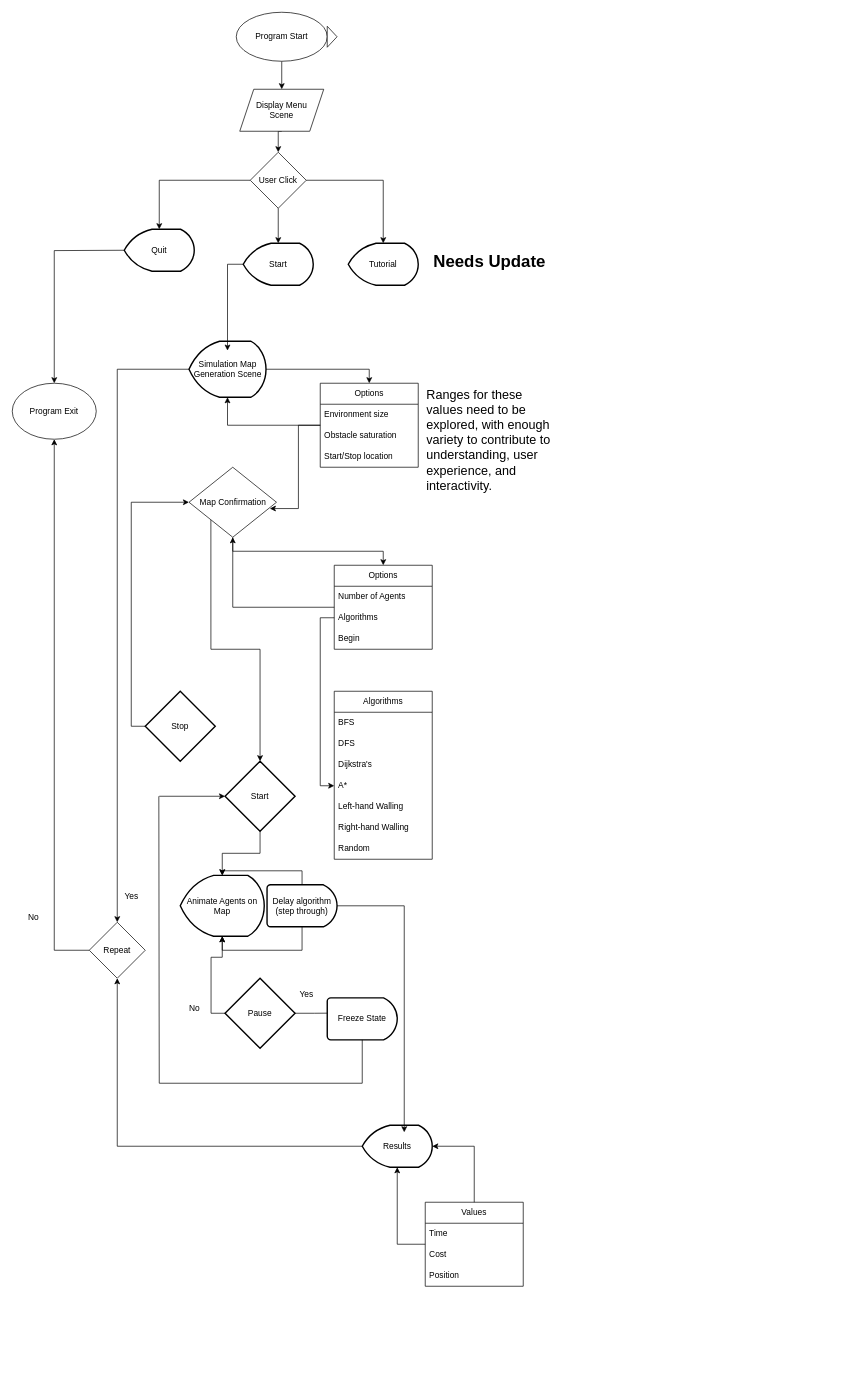
MarkHCrawford/Pathfinding-Project keeps this draw.io diagram as PathfindingFlowchart.drawio.xml. Above is the earlier version. Source tidied: cells renumbered, new cells numbered last; positions are measured from the earlier drawing's top-left corner, leaving out a move shared by most shapes. Both pictures are drawn from the tidied source at 70%, with x=0, y=0 at pixel (12, 12).
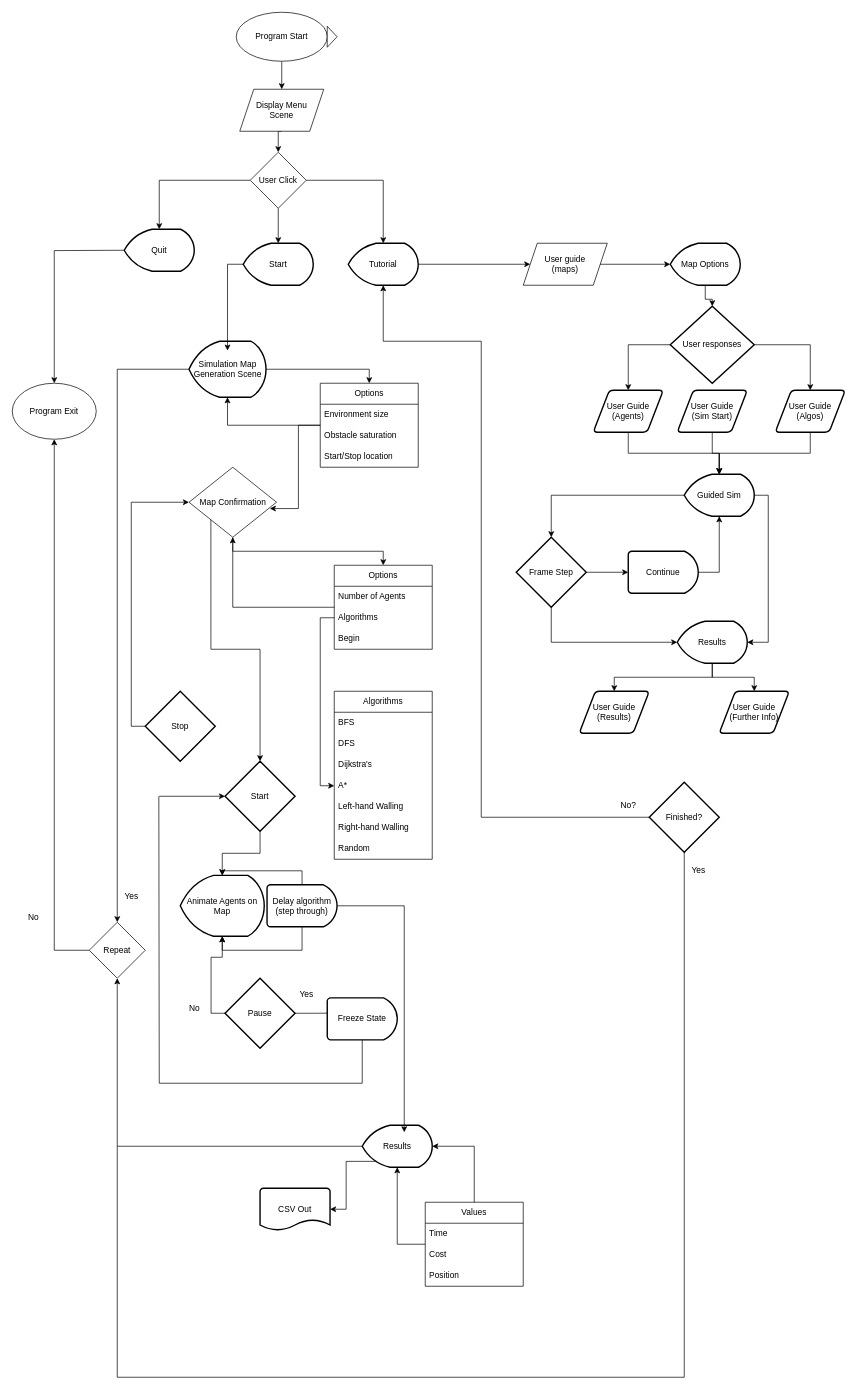
The same page after the edit.

The change refers to these unchanged cells:
```xml
<mxCell id="15" value="Tutorial" style="strokeWidth=2;html=1;shape=mxgraph.flowchart.display;whiteSpace=wrap;" parent="1" vertex="1">
  <mxGeometry x="480" y="330" width="100" height="60" as="geometry" />
</mxCell>
<mxCell id="67" value="Results" style="strokeWidth=2;html=1;shape=mxgraph.flowchart.display;whiteSpace=wrap;" parent="1" vertex="1">
  <mxGeometry x="500" y="1590" width="100" height="60" as="geometry" />
</mxCell>
```

What changed in the source:
```diff
@@
+    <mxCell id="76" style="edgeStyle=orthogonalEdgeStyle;rounded=0;jettySize=auto;html=1;exitX=1;exitY=0.5;exitDx=0;exitDy=0;exitPerimeter=0;entryX=0;entryY=0.5;entryDx=0;entryDy=0;" parent="1" edge="1" source="15" target="77">
+      <mxGeometry relative="1" as="geometry" />
+    </mxCell>
@@
-    <mxCell id="51" value="&lt;font style=&quot;font-size: 18px;&quot;&gt;Ranges for these values need to be explored, with enough variety to contribute to understanding, user experience, and interactivity.&lt;/font&gt;" style="text;html=1;whiteSpace=wrap;overflow=hidden;rounded=0;" parent="1" vertex="1">
-      <mxGeometry x="590" y="530" width="190" height="180" as="geometry" />
-    </mxCell>
@@
-    <mxCell id="74" value="&lt;h1 style=&quot;margin-top: 0px;&quot;&gt;Needs Update&lt;/h1&gt;&lt;p&gt;&lt;br&gt;&lt;/p&gt;" style="text;html=1;whiteSpace=wrap;overflow=hidden;rounded=0;" parent="1" vertex="1">
-      <mxGeometry x="600" y="335" width="180" height="50" as="geometry" />
-    </mxCell>
@@
+    <mxCell id="77" value="&lt;div&gt;User guide&lt;/div&gt;&lt;div&gt;(maps)&lt;br&gt;&lt;/div&gt;" style="shape=parallelogram;perimeter=parallelogramPerimeter;whiteSpace=wrap;html=1;fixedSize=1;" parent="1" vertex="1">
+      <mxGeometry x="730" y="330" width="120" height="60" as="geometry" />
+    </mxCell>
+    <mxCell id="78" style="edgeStyle=orthogonalEdgeStyle;rounded=0;jettySize=auto;html=1;exitX=0.5;exitY=1;exitDx=0;exitDy=0;exitPerimeter=0;" parent="1" edge="1" source="79" target="83">
+      <mxGeometry relative="1" as="geometry" />
+    </mxCell>
+    <mxCell id="79" value="Map Options" style="strokeWidth=2;html=1;shape=mxgraph.flowchart.display;whiteSpace=wrap;" parent="1" vertex="1">
+      <mxGeometry x="940" y="330" width="100" height="60" as="geometry" />
+    </mxCell>
+    <mxCell id="80" style="edgeStyle=orthogonalEdgeStyle;rounded=0;jettySize=auto;html=1;exitX=1;exitY=0.5;exitDx=0;exitDy=0;entryX=0;entryY=0.5;entryDx=0;entryDy=0;entryPerimeter=0;" parent="1" edge="1" source="77" target="79">
+      <mxGeometry relative="1" as="geometry" />
+    </mxCell>
+    <mxCell id="81" style="edgeStyle=orthogonalEdgeStyle;rounded=0;jettySize=auto;html=1;exitX=1;exitY=0.5;exitDx=0;exitDy=0;exitPerimeter=0;entryX=0.5;entryY=0;entryDx=0;entryDy=0;" parent="1" edge="1" source="83" target="87">
+      <mxGeometry relative="1" as="geometry" />
+    </mxCell>
+    <mxCell id="82" style="edgeStyle=orthogonalEdgeStyle;rounded=0;jettySize=auto;html=1;exitX=0;exitY=0.5;exitDx=0;exitDy=0;exitPerimeter=0;entryX=0.5;entryY=0;entryDx=0;entryDy=0;" parent="1" edge="1" source="83" target="85">
+      <mxGeometry relative="1" as="geometry" />
+    </mxCell>
+    <mxCell id="83" value="User responses" style="strokeWidth=2;html=1;shape=mxgraph.flowchart.decision;whiteSpace=wrap;" parent="1" vertex="1">
+      <mxGeometry x="940" y="420" width="120" height="110" as="geometry" />
+    </mxCell>
+    <mxCell id="84" style="edgeStyle=orthogonalEdgeStyle;rounded=0;jettySize=auto;html=1;exitX=0.5;exitY=1;exitDx=0;exitDy=0;" parent="1" edge="1" source="85" target="93">
+      <mxGeometry relative="1" as="geometry" />
+    </mxCell>
+    <mxCell id="85" value="&lt;div&gt;User Guide&lt;/div&gt;&lt;div&gt;(Agents)&lt;br&gt;&lt;/div&gt;" style="shape=parallelogram;html=1;strokeWidth=2;perimeter=parallelogramPerimeter;whiteSpace=wrap;rounded=1;arcSize=12;size=0.23;" parent="1" vertex="1">
+      <mxGeometry x="830" y="540" width="100" height="60" as="geometry" />
+    </mxCell>
+    <mxCell id="86" style="edgeStyle=orthogonalEdgeStyle;rounded=0;jettySize=auto;html=1;exitX=0.5;exitY=1;exitDx=0;exitDy=0;" parent="1" edge="1" source="87" target="93">
+      <mxGeometry relative="1" as="geometry" />
+    </mxCell>
+    <mxCell id="87" value="&lt;div&gt;User Guide&lt;/div&gt;&lt;div&gt;(Algos)&lt;br&gt;&lt;/div&gt;" style="shape=parallelogram;html=1;strokeWidth=2;perimeter=parallelogramPerimeter;whiteSpace=wrap;rounded=1;arcSize=12;size=0.23;" parent="1" vertex="1">
+      <mxGeometry x="1090" y="540" width="100" height="60" as="geometry" />
+    </mxCell>
+    <mxCell id="88" style="edgeStyle=orthogonalEdgeStyle;rounded=0;jettySize=auto;html=1;exitX=0.5;exitY=1;exitDx=0;exitDy=0;" parent="1" edge="1" source="89" target="93">
+      <mxGeometry relative="1" as="geometry" />
+    </mxCell>
+    <mxCell id="89" value="&lt;div&gt;User Guide&lt;/div&gt;&lt;div&gt;(Sim Start)&lt;br&gt;&lt;/div&gt;" style="shape=parallelogram;html=1;strokeWidth=2;perimeter=parallelogramPerimeter;whiteSpace=wrap;rounded=1;arcSize=12;size=0.23;" parent="1" vertex="1">
+      <mxGeometry x="950" y="540" width="100" height="60" as="geometry" />
+    </mxCell>
+    <mxCell id="90" value="CSV Out" style="strokeWidth=2;html=1;shape=mxgraph.flowchart.document2;whiteSpace=wrap;size=0.25;" parent="1" vertex="1">
+      <mxGeometry x="354" y="1680" width="100" height="60" as="geometry" />
+    </mxCell>
+    <mxCell id="91" style="edgeStyle=orthogonalEdgeStyle;rounded=0;jettySize=auto;html=1;exitX=0.2;exitY=0.86;exitDx=0;exitDy=0;exitPerimeter=0;entryX=1;entryY=0.5;entryDx=0;entryDy=0;entryPerimeter=0;" parent="1" edge="1" source="67" target="90">
+      <mxGeometry relative="1" as="geometry" />
+    </mxCell>
+    <mxCell id="92" style="edgeStyle=orthogonalEdgeStyle;rounded=0;jettySize=auto;html=1;exitX=0;exitY=0.5;exitDx=0;exitDy=0;exitPerimeter=0;" parent="1" edge="1" source="93" target="94">
+      <mxGeometry relative="1" as="geometry" />
+    </mxCell>
+    <mxCell id="93" value="Guided Sim" style="strokeWidth=2;html=1;shape=mxgraph.flowchart.display;whiteSpace=wrap;" parent="1" vertex="1">
+      <mxGeometry x="960" y="660" width="100" height="60" as="geometry" />
+    </mxCell>
+    <mxCell id="94" value="Frame Step" style="strokeWidth=2;html=1;shape=mxgraph.flowchart.decision;whiteSpace=wrap;" parent="1" vertex="1">
+      <mxGeometry x="720" y="750" width="100" height="100" as="geometry" />
+    </mxCell>
+    <mxCell id="95" value="Continue" style="strokeWidth=2;html=1;shape=mxgraph.flowchart.delay;whiteSpace=wrap;" parent="1" vertex="1">
+      <mxGeometry x="880" y="770" width="100" height="60" as="geometry" />
+    </mxCell>
+    <mxCell id="96" style="edgeStyle=orthogonalEdgeStyle;rounded=0;jettySize=auto;html=1;exitX=1;exitY=0.5;exitDx=0;exitDy=0;exitPerimeter=0;entryX=0;entryY=0.5;entryDx=0;entryDy=0;entryPerimeter=0;" parent="1" edge="1" source="94" target="95">
+      <mxGeometry relative="1" as="geometry" />
+    </mxCell>
+    <mxCell id="97" style="edgeStyle=orthogonalEdgeStyle;rounded=0;jettySize=auto;html=1;exitX=1;exitY=0.5;exitDx=0;exitDy=0;exitPerimeter=0;entryX=0.5;entryY=1;entryDx=0;entryDy=0;entryPerimeter=0;" parent="1" edge="1" source="95" target="93">
+      <mxGeometry relative="1" as="geometry" />
+    </mxCell>
+    <mxCell id="98" style="edgeStyle=orthogonalEdgeStyle;rounded=0;jettySize=auto;html=1;exitX=0.5;exitY=1;exitDx=0;exitDy=0;exitPerimeter=0;" parent="1" edge="1" source="100" target="103">
+      <mxGeometry relative="1" as="geometry" />
+    </mxCell>
+    <mxCell id="99" style="edgeStyle=orthogonalEdgeStyle;rounded=0;jettySize=auto;html=1;exitX=0.5;exitY=1;exitDx=0;exitDy=0;exitPerimeter=0;" parent="1" edge="1" source="100" target="104">
+      <mxGeometry relative="1" as="geometry" />
+    </mxCell>
+    <mxCell id="100" value="Results" style="strokeWidth=2;html=1;shape=mxgraph.flowchart.display;whiteSpace=wrap;" parent="1" vertex="1">
+      <mxGeometry x="950" y="870" width="100" height="60" as="geometry" />
+    </mxCell>
+    <mxCell id="101" style="edgeStyle=orthogonalEdgeStyle;rounded=0;jettySize=auto;html=1;exitX=1;exitY=0.5;exitDx=0;exitDy=0;exitPerimeter=0;entryX=1;entryY=0.5;entryDx=0;entryDy=0;entryPerimeter=0;" parent="1" edge="1" source="93" target="100">
+      <mxGeometry relative="1" as="geometry" />
+    </mxCell>
+    <mxCell id="102" style="edgeStyle=orthogonalEdgeStyle;rounded=0;jettySize=auto;html=1;exitX=0.5;exitY=1;exitDx=0;exitDy=0;exitPerimeter=0;entryX=0;entryY=0.5;entryDx=0;entryDy=0;entryPerimeter=0;" parent="1" edge="1" source="94" target="100">
+      <mxGeometry relative="1" as="geometry" />
+    </mxCell>
+    <mxCell id="103" value="&lt;div&gt;User Guide&lt;/div&gt;&lt;div&gt;(Results)&lt;br&gt;&lt;/div&gt;" style="shape=parallelogram;html=1;strokeWidth=2;perimeter=parallelogramPerimeter;whiteSpace=wrap;rounded=1;arcSize=12;size=0.23;" parent="1" vertex="1">
+      <mxGeometry x="810" y="970" width="100" height="60" as="geometry" />
+    </mxCell>
+    <mxCell id="104" value="&lt;div&gt;User Guide&lt;/div&gt;&lt;div&gt;(Further Info)&lt;br&gt;&lt;/div&gt;" style="shape=parallelogram;html=1;strokeWidth=2;perimeter=parallelogramPerimeter;whiteSpace=wrap;rounded=1;arcSize=12;size=0.23;" parent="1" vertex="1">
+      <mxGeometry x="1010" y="970" width="100" height="60" as="geometry" />
+    </mxCell>
+    <mxCell id="105" value="Finished?" style="strokeWidth=2;html=1;shape=mxgraph.flowchart.decision;whiteSpace=wrap;" parent="1" vertex="1">
+      <mxGeometry x="910" y="1100" width="100" height="100" as="geometry" />
+    </mxCell>
+    <mxCell id="106" style="endArrow=classic;html=1;rounded=0;entryX=0.5;entryY=1;entryDx=0;entryDy=0;entryPerimeter=0;exitX=0;exitY=0.5;exitDx=0;exitDy=0;exitPerimeter=0;" parent="1" edge="1" source="105" target="15">
+      <mxGeometry relative="1" as="geometry">
+        <Array as="points">
+          <mxPoint x="670" y="1150" />
+          <mxPoint x="670" y="470" />
+          <mxPoint x="530" y="470" />
+        </Array>
+      </mxGeometry>
+    </mxCell>
+    <mxCell id="107" value="No?" style="text;html=1;align=center;verticalAlign=middle;strokeColor=none;fillColor=none;" parent="1" vertex="1">
+      <mxGeometry x="860" y="1118" width="40" height="30" as="geometry" />
+    </mxCell>
+    <mxCell id="108" style="endArrow=none;html=1;rounded=0;entryX=0.5;entryY=1;entryDx=0;entryDy=0;entryPerimeter=0;" parent="1" edge="1" target="105">
+      <mxGeometry relative="1" as="geometry">
+        <mxPoint x="150" y="1620" as="sourcePoint" />
+        <Array as="points">
+          <mxPoint x="150" y="1950" />
+          <mxPoint x="960" y="1950" />
+        </Array>
+      </mxGeometry>
+    </mxCell>
+    <mxCell id="109" value="&lt;div&gt;Yes&lt;/div&gt;&lt;div&gt;&lt;br&gt;&lt;/div&gt;" style="text;html=1;align=center;verticalAlign=middle;strokeColor=none;fillColor=none;" parent="1" vertex="1">
+      <mxGeometry x="960" y="1213" width="40" height="40" as="geometry" />
+    </mxCell>
```
